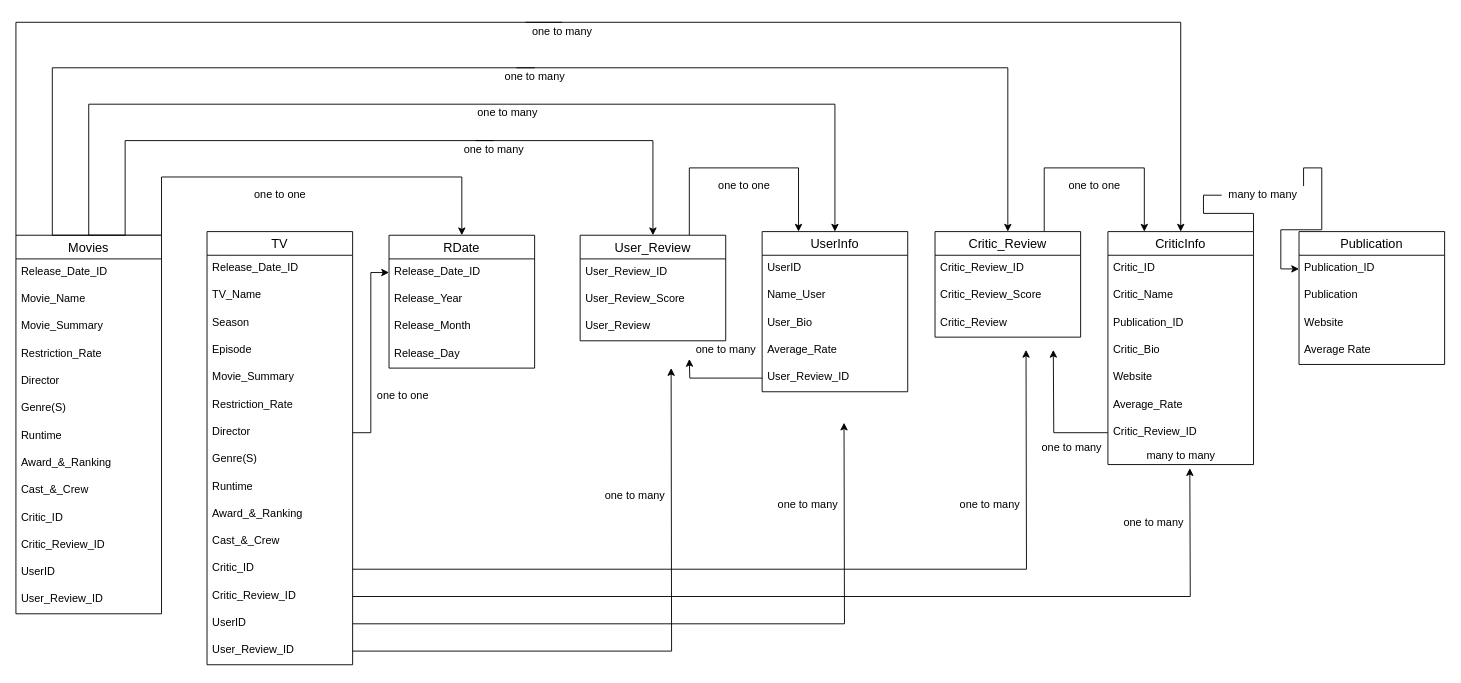
Above: Untitled Diagram.drawio in heekaru/heekaru (draw.io), before the change. Source tidied: cells renumbered, new cells numbered last; positions are measured from the earlier drawing's top-left corner, leaving out a move shared by most shapes. Both pictures are drawn from the tidied source at 91%, with x=0, y=0 at pixel (15, 22).
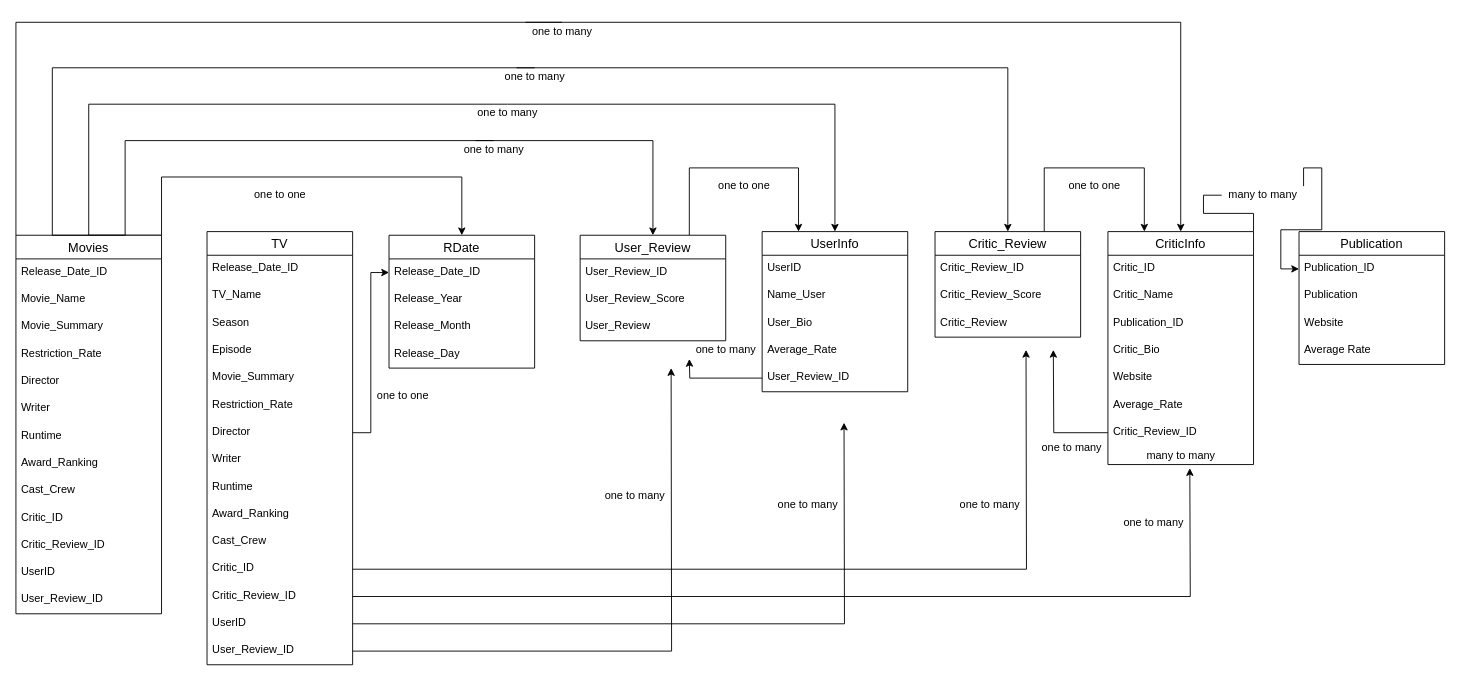
After the change.

Commit message:
Review Score Database Design.drawio

Unchanged cells that the change refers to:
```xml
<mxCell id="7" value="Movies" style="swimlane;fontStyle=0;horizontal=1;startSize=26;align=center;fontSize=14;" parent="1" vertex="1">
  <mxGeometry y="234" width="160" height="416" as="geometry" />
</mxCell>
<mxCell id="42" value="TV" style="swimlane;fontStyle=0;horizontal=1;startSize=26;align=center;fontSize=14;" parent="1" vertex="1">
  <mxGeometry x="210" y="230" width="160" height="476" as="geometry" />
</mxCell>
```

Change to the diagram source:
```diff
@@
-    <mxCell id="13" value="Genre(S)" style="text;strokeColor=none;fillColor=none;spacingLeft=4;spacingRight=4;overflow=hidden;fontSize=12;" parent="7" vertex="1">
+    <mxCell id="13" value="Writer" style="text;strokeColor=none;fillColor=none;spacingLeft=4;spacingRight=4;overflow=hidden;fontSize=12;" parent="7" vertex="1">
       <mxGeometry y="176" width="160" height="30" as="geometry" />
     </mxCell>
@@
-    <mxCell id="15" value="Award_&amp;_Ranking" style="text;strokeColor=none;fillColor=none;spacingLeft=4;spacingRight=4;overflow=hidden;fontSize=12;" parent="7" vertex="1">
+    <mxCell id="15" value="Award_Ranking" style="text;strokeColor=none;fillColor=none;spacingLeft=4;spacingRight=4;overflow=hidden;fontSize=12;" parent="7" vertex="1">
       <mxGeometry y="236" width="160" height="30" as="geometry" />
     </mxCell>
-    <mxCell id="16" value="Cast_&amp;_Crew" style="text;strokeColor=none;fillColor=none;spacingLeft=4;spacingRight=4;overflow=hidden;fontSize=12;" parent="7" vertex="1">
+    <mxCell id="16" value="Cast_Crew" style="text;strokeColor=none;fillColor=none;spacingLeft=4;spacingRight=4;overflow=hidden;fontSize=12;" parent="7" vertex="1">
       <mxGeometry y="266" width="160" height="30" as="geometry" />
     </mxCell>
@@
-    <mxCell id="50" value="Genre(S)" style="text;strokeColor=none;fillColor=none;spacingLeft=4;spacingRight=4;overflow=hidden;fontSize=12;" parent="42" vertex="1">
+    <mxCell id="50" value="Writer" style="text;strokeColor=none;fillColor=none;spacingLeft=4;spacingRight=4;overflow=hidden;fontSize=12;" parent="42" vertex="1">
       <mxGeometry y="236" width="160" height="30" as="geometry" />
     </mxCell>
@@
-    <mxCell id="52" value="Award_&amp;_Ranking" style="text;strokeColor=none;fillColor=none;spacingLeft=4;spacingRight=4;overflow=hidden;fontSize=12;" parent="42" vertex="1">
+    <mxCell id="52" value="Award_Ranking" style="text;strokeColor=none;fillColor=none;spacingLeft=4;spacingRight=4;overflow=hidden;fontSize=12;" parent="42" vertex="1">
       <mxGeometry y="296" width="160" height="30" as="geometry" />
     </mxCell>
-    <mxCell id="53" value="Cast_&amp;_Crew" style="text;strokeColor=none;fillColor=none;spacingLeft=4;spacingRight=4;overflow=hidden;fontSize=12;" parent="42" vertex="1">
+    <mxCell id="53" value="Cast_Crew" style="text;strokeColor=none;fillColor=none;spacingLeft=4;spacingRight=4;overflow=hidden;fontSize=12;" parent="42" vertex="1">
       <mxGeometry y="326" width="160" height="30" as="geometry" />
     </mxCell>
```
